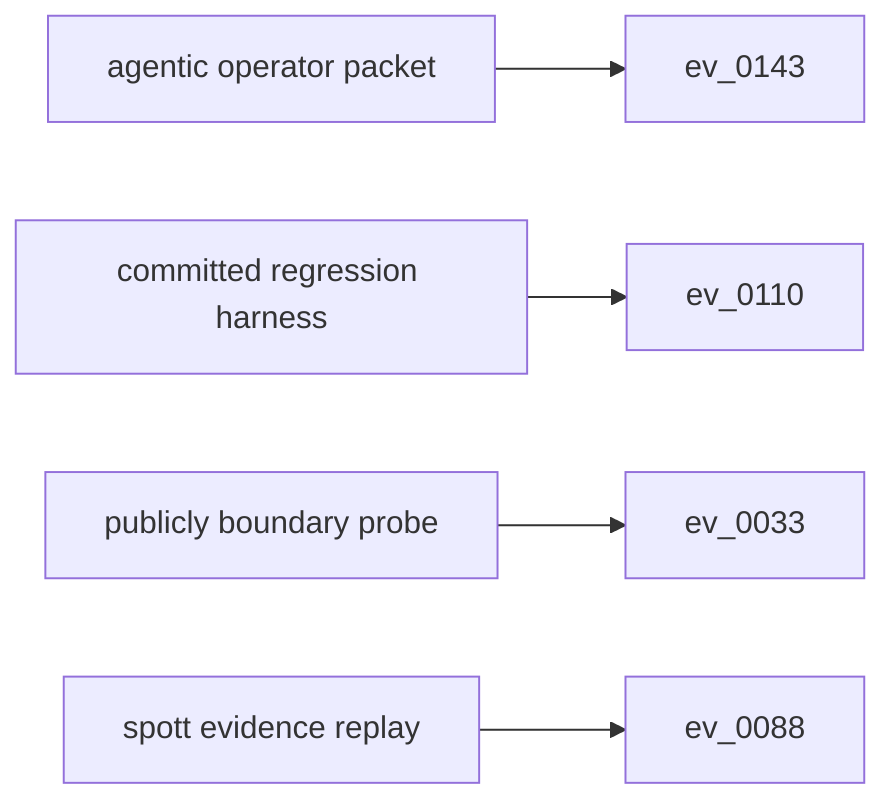
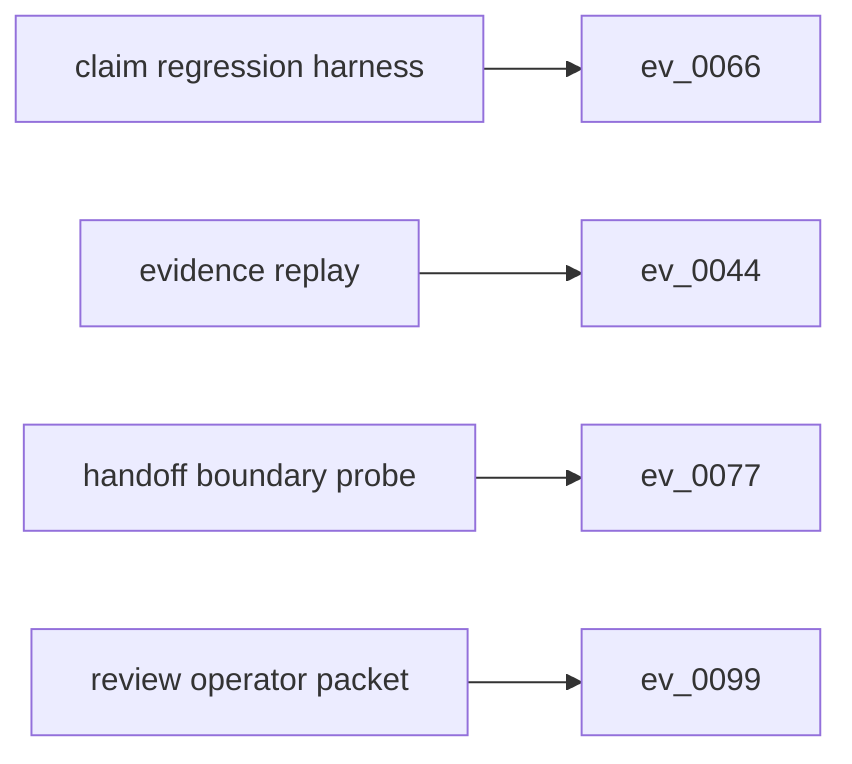
flowchart LR
-   s0["agentic operator packet"]
-   e0["ev_0143"]
+   s0["claim regression harness"]
+   e0["ev_0066"]
  s0 --> e0
-   s1["committed regression harness"]
-   e1["ev_0110"]
+   s1["evidence replay"]
+   e1["ev_0044"]
  s1 --> e1
-   s2["publicly boundary probe"]
-   e2["ev_0033"]
+   s2["handoff boundary probe"]
+   e2["ev_0077"]
  s2 --> e2
-   s3["spott evidence replay"]
-   e3["ev_0088"]
+   s3["review operator packet"]
+   e3["ev_0099"]
  s3 --> e3
